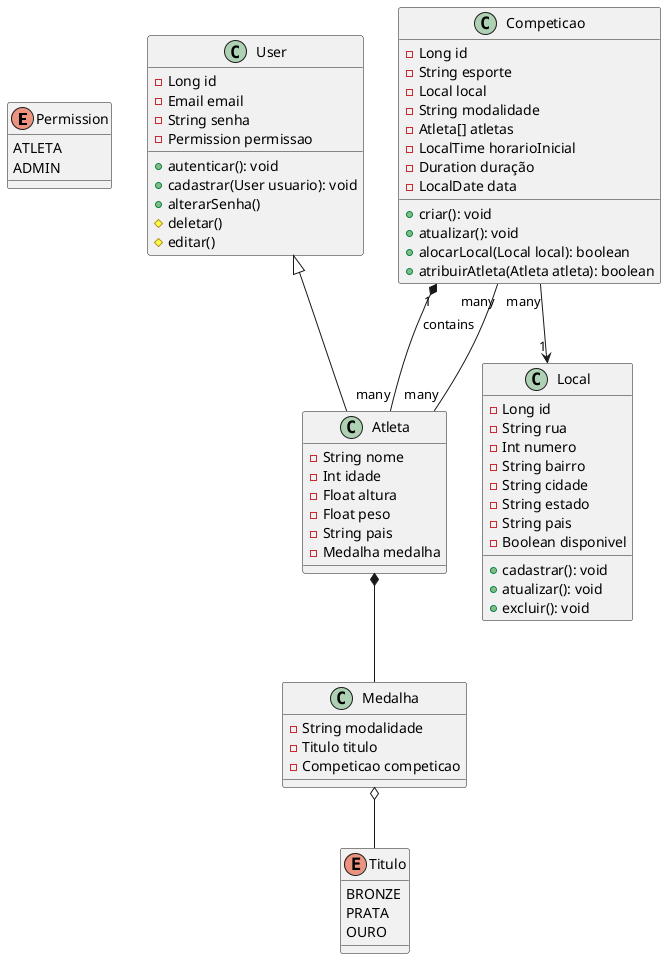
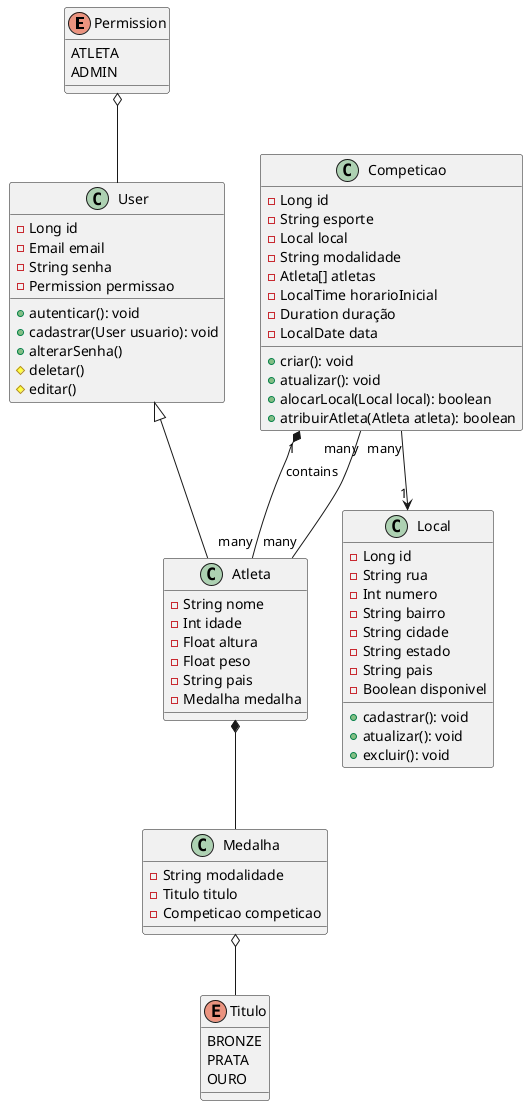
@startuml
- 
enum Permission{
    ATLETA
    ADMIN
}

class User{
    -Long id
    -Email email
    -String senha
    -Permission permissao
    +autenticar(): void
    +cadastrar(User usuario): void
    +alterarSenha()
    #deletar()
    #editar()
}

class Atleta{
    -String nome
    -Int idade
    -Float altura
    -Float peso
    -String pais
    -Medalha medalha
}

enum Titulo{
    BRONZE
    PRATA
    OURO
}

class Medalha{
    -String modalidade
    -Titulo titulo
    -Competicao competicao
}

class Local{
    -Long id
    -String rua
    -Int numero
    -String bairro
    -String cidade
    -String estado
    -String pais
    -Boolean disponivel
    +cadastrar(): void
    +atualizar(): void
    +excluir(): void
}

class Competicao{
    -Long id
    -String esporte
    -Local local
    -String modalidade
    -Atleta[] atletas
    -LocalTime horarioInicial
    -Duration duração
    -LocalDate data
    +criar(): void
    +atualizar(): void
    +alocarLocal(Local local): boolean
    +atribuirAtleta(Atleta atleta): boolean
}

User <|-- Atleta
Competicao "1" *-- "many" Atleta : contains
Medalha o-- Titulo
+ Permission o-- User
Competicao "many" --> "1" Local
Competicao "many" -- "many" Atleta
Atleta *-- Medalha
- 
- @enduml+ @enduml
